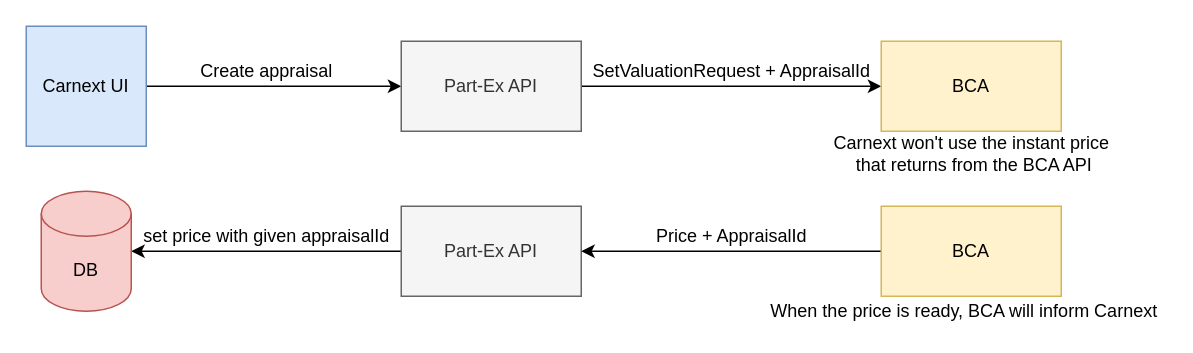
Earlier version of the draw.io diagram Untitled Diagram.drawio (cllyldrm/flagger). Source tidied: cells renumbered, new cells numbered last; positions are measured from the earlier drawing's top-left corner, leaving out a move shared by most shapes. Both pictures are drawn from the tidied source at 150%, with x=0, y=0 at pixel (26, 26).
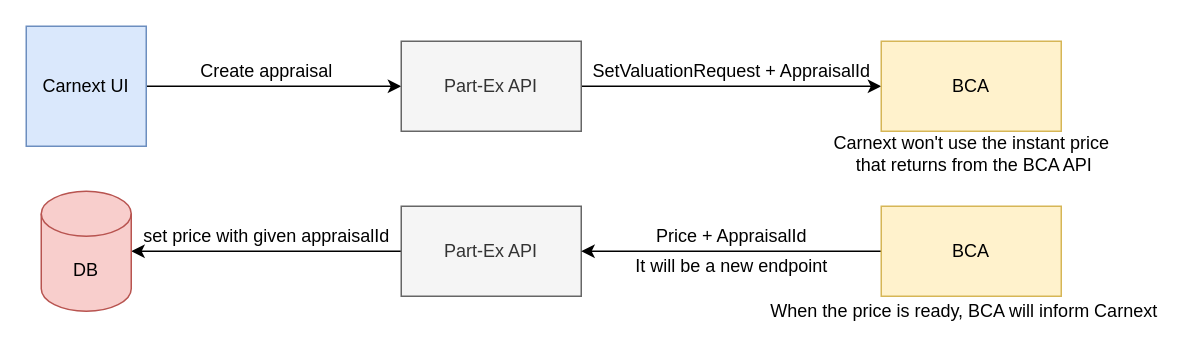
Above is the later version.

Diff of the diagram source:
```diff
@@
 <mxGraphModel>
   <root>
     <mxCell id="0" />
     <mxCell id="1" parent="0" />
     <mxCell id="2" style="edgeStyle=orthogonalEdgeStyle;rounded=0;jettySize=auto;html=1;" parent="1" edge="1" source="3" target="5">
       <mxGeometry relative="1" as="geometry" />
     </mxCell>
     <mxCell id="3" value="Carnext UI" style="whiteSpace=wrap;html=1;fillColor=#dae8fc;strokeColor=#6c8ebf;" parent="1" vertex="1">
       <mxGeometry width="80" height="80" as="geometry" />
     </mxCell>
     <mxCell id="4" style="edgeStyle=orthogonalEdgeStyle;rounded=0;jettySize=auto;html=1;" parent="1" edge="1" source="5" target="7">
       <mxGeometry relative="1" as="geometry" />
     </mxCell>
     <mxCell id="5" value="Part-Ex API" style="rounded=0;whiteSpace=wrap;html=1;fillColor=#f5f5f5;fontColor=#333333;strokeColor=#666666;" parent="1" vertex="1">
       <mxGeometry x="250" y="10" width="120" height="60" as="geometry" />
     </mxCell>
     <mxCell id="6" value="Create appraisal" style="text;html=1;align=center;verticalAlign=middle;strokeColor=none;fillColor=none;" parent="1" vertex="1">
       <mxGeometry x="110" y="20" width="100" height="20" as="geometry" />
     </mxCell>
     <mxCell id="7" value="BCA" style="rounded=0;whiteSpace=wrap;html=1;fillColor=#fff2cc;strokeColor=#d6b656;" parent="1" vertex="1">
       <mxGeometry x="570" y="10" width="120" height="60" as="geometry" />
     </mxCell>
     <mxCell id="8" value="SetValuationRequest + AppraisalId" style="text;html=1;align=center;verticalAlign=middle;strokeColor=none;fillColor=none;" parent="1" vertex="1">
       <mxGeometry x="370" y="20" width="200" height="20" as="geometry" />
     </mxCell>
     <mxCell id="9" style="edgeStyle=orthogonalEdgeStyle;rounded=0;jettySize=auto;html=1;entryX=1;entryY=0.5;entryDx=0;entryDy=0;entryPerimeter=0;" parent="1" edge="1" source="10" target="14">
       <mxGeometry relative="1" as="geometry" />
     </mxCell>
     <mxCell id="10" value="Part-Ex API" style="rounded=0;whiteSpace=wrap;html=1;fillColor=#f5f5f5;fontColor=#333333;strokeColor=#666666;" parent="1" vertex="1">
       <mxGeometry x="250" y="120" width="120" height="60" as="geometry" />
     </mxCell>
     <mxCell id="11" style="edgeStyle=orthogonalEdgeStyle;rounded=0;jettySize=auto;html=1;entryX=1;entryY=0.5;entryDx=0;entryDy=0;" parent="1" edge="1" source="12" target="10">
       <mxGeometry relative="1" as="geometry" />
     </mxCell>
     <mxCell id="12" value="BCA" style="rounded=0;whiteSpace=wrap;html=1;fillColor=#fff2cc;strokeColor=#d6b656;" parent="1" vertex="1">
       <mxGeometry x="570" y="120" width="120" height="60" as="geometry" />
     </mxCell>
     <mxCell id="13" value="Price + AppraisalId" style="text;html=1;align=center;verticalAlign=middle;strokeColor=none;fillColor=none;" parent="1" vertex="1">
       <mxGeometry x="410" y="130" width="120" height="20" as="geometry" />
     </mxCell>
     <mxCell id="14" value="DB" style="shape=cylinder3;whiteSpace=wrap;html=1;boundedLbl=1;backgroundOutline=1;size=15;fillColor=#f8cecc;strokeColor=#b85450;" parent="1" vertex="1">
       <mxGeometry x="10" y="110" width="60" height="80" as="geometry" />
     </mxCell>
     <mxCell id="15" value="set price with given appraisalId" style="text;html=1;align=center;verticalAlign=middle;strokeColor=none;fillColor=none;" parent="1" vertex="1">
       <mxGeometry x="70" y="130" width="180" height="20" as="geometry" />
     </mxCell>
     <mxCell id="16" value="When the price is ready, BCA will inform Carnext" style="text;html=1;align=center;verticalAlign=middle;strokeColor=none;fillColor=none;" parent="1" vertex="1">
       <mxGeometry x="490" y="180" width="270" height="20" as="geometry" />
     </mxCell>
     <mxCell id="17" value="Carnext won't use the instant price&lt;br&gt;&amp;nbsp;that returns from the BCA API" style="text;html=1;align=center;verticalAlign=middle;strokeColor=none;fillColor=none;" parent="1" vertex="1">
       <mxGeometry x="530" y="70" width="200" height="30" as="geometry" />
     </mxCell>
+    <mxCell id="18" value="It will be a new endpoint" style="text;html=1;align=center;verticalAlign=middle;strokeColor=none;fillColor=none;" parent="1" vertex="1">
+      <mxGeometry x="400" y="150" width="140" height="20" as="geometry" />
+    </mxCell>
   </root>
 </mxGraphModel>
```
